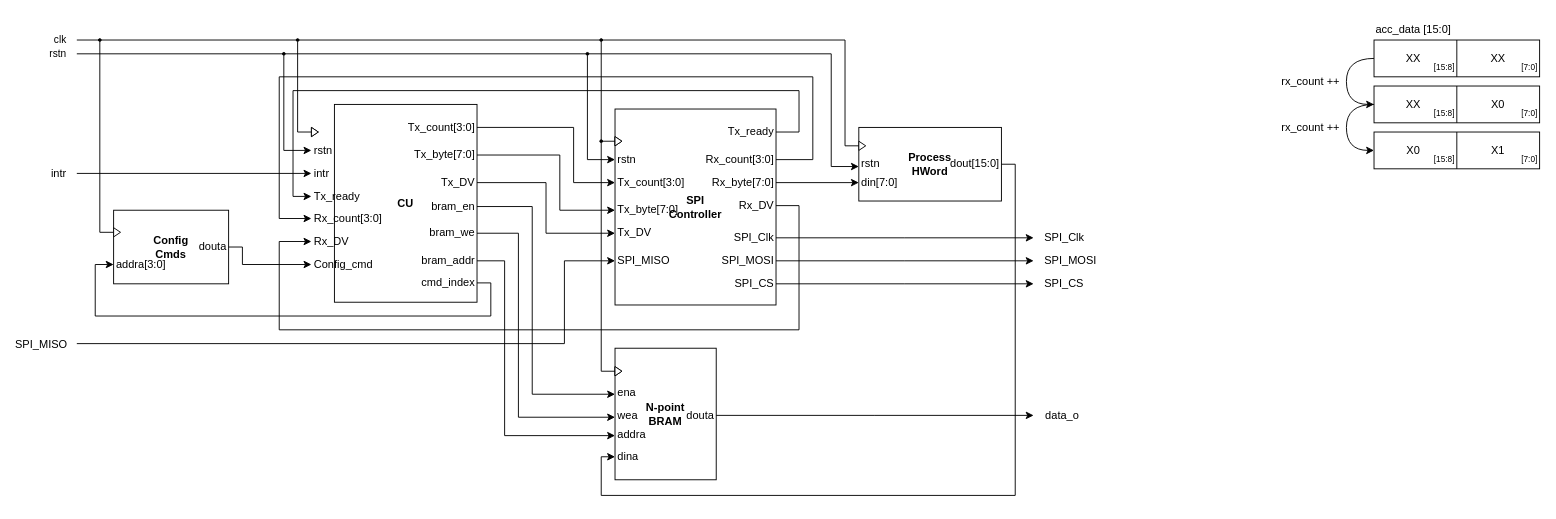
Before: page "data_path" (1 of 3) of 01_doc/03_drawings/01_design/spi_read_dp.drawio in Diogofernandes5/mthesis, a draw.io diagram. Source tidied: cells renumbered, new cells numbered last; positions are measured from the earlier drawing's top-left corner, leaving out a move shared by most shapes. Both pictures are drawn from the tidied source at 92%, with x=0, y=0 at pixel (76, 16).
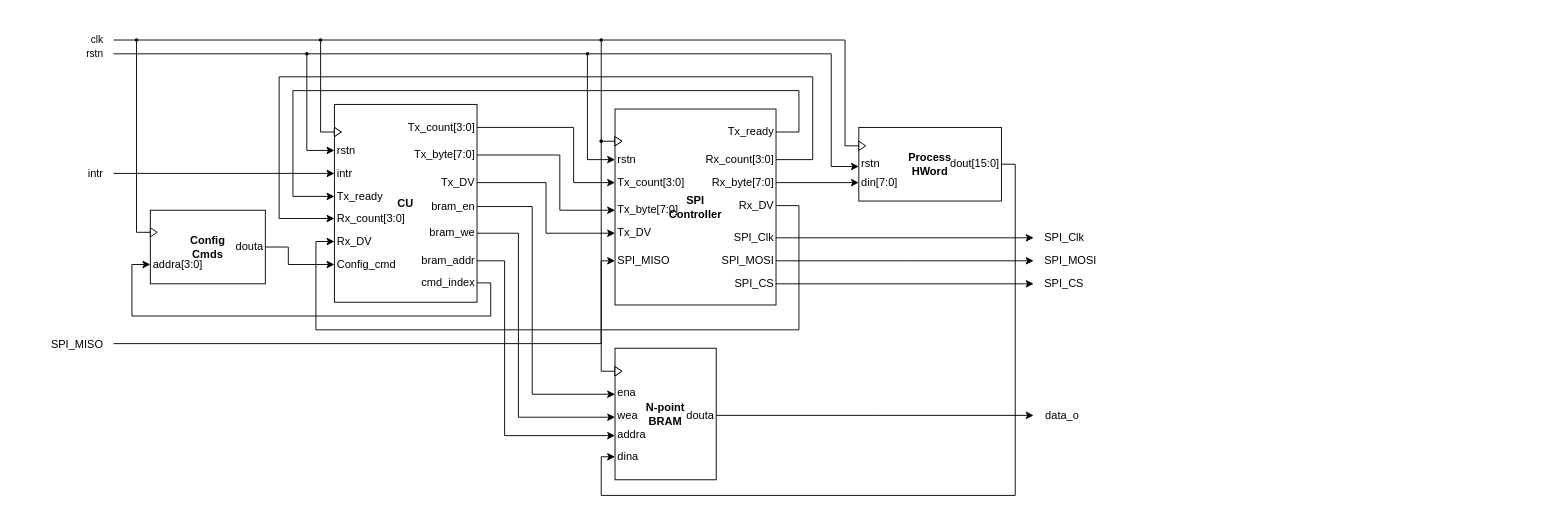
The same page after the edit.

Unchanged cells that the change refers to:
```xml
<mxCell id="21" value="SPI_MISO" style="text;html=1;align=left;verticalAlign=middle;points=[];strokeColor=none;fillColor=none;fontFamily=NewsGotT;fontSize=12;fontColor=default;spacing=0;spacingLeft=3;spacingRight=-10;spacingBottom=-2;spacingTop=-2;" parent="1" vertex="1">
  <mxGeometry x="585" y="256" width="50" height="20" as="geometry" />
</mxCell>
<mxCell id="24" value="Tx_ready" style="text;html=1;align=right;verticalAlign=middle;points=[];strokeColor=none;fillColor=none;fontFamily=NewsGotT;fontSize=12;fontColor=default;spacing=0;spacingRight=3;spacingLeft=-9;spacingBottom=-2;spacingTop=-2;" parent="1" vertex="1">
  <mxGeometry x="715" y="116" width="45" height="20" as="geometry" />
</mxCell>
<mxCell id="26" value="Rx_DV" style="text;html=1;align=right;verticalAlign=middle;points=[];strokeColor=none;fillColor=none;fontFamily=NewsGotT;fontSize=12;fontColor=default;spacing=0;spacingRight=3;spacingLeft=-9;spacingBottom=-2;spacingTop=-2;" parent="1" vertex="1">
  <mxGeometry x="725" y="196" width="35" height="20" as="geometry" />
</mxCell>
<mxCell id="28" value="Rx_count[3:0]" style="text;html=1;align=right;verticalAlign=middle;points=[];strokeColor=none;fillColor=none;fontFamily=NewsGotT;fontSize=12;fontColor=default;spacing=0;spacingRight=3;spacingLeft=-9;spacingBottom=-2;spacingTop=-2;" parent="1" vertex="1">
  <mxGeometry x="690" y="146" width="70" height="20" as="geometry" />
</mxCell>
<mxCell id="102" value="cmd_index" style="text;html=1;align=right;verticalAlign=middle;points=[];strokeColor=none;fillColor=none;fontFamily=NewsGotT;fontSize=12;fontColor=default;spacing=0;spacingRight=3;spacingLeft=-9;spacingBottom=-2;spacingTop=-2;" parent="1" vertex="1">
  <mxGeometry x="380" y="280" width="55" height="20" as="geometry" />
</mxCell>
```

Diff of the diagram source:
```diff
@@
     <mxCell id="4" value="clk" style="endArrow=none;html=1;rounded=0;align=right;fontFamily=NewsGotT;" parent="1" edge="1">
       <mxGeometry x="-1" y="-10" relative="1" as="geometry">
-        <mxPoint y="26" as="sourcePoint" />
-        <mxPoint x="835" y="26" as="targetPoint" />
+        <mxPoint x="39.9" y="26" as="sourcePoint" />
+        <mxPoint x="834.9" y="26" as="targetPoint" />
         <mxPoint x="-10" y="-10" as="offset" />
       </mxGeometry>
     </mxCell>
     <mxCell id="5" value="rstn" style="endArrow=none;html=1;rounded=0;align=right;labelBackgroundColor=none;fontFamily=NewsGotT;" parent="1" edge="1">
       <mxGeometry x="-1" y="-10" relative="1" as="geometry">
-        <mxPoint y="41" as="sourcePoint" />
-        <mxPoint x="820" y="41" as="targetPoint" />
+        <mxPoint x="39.9" y="41" as="sourcePoint" />
+        <mxPoint x="819.9" y="41" as="targetPoint" />
         <mxPoint x="-10" y="-10" as="offset" />
       </mxGeometry>
     </mxCell>
@@
     <mxCell id="19" style="edgeStyle=orthogonalEdgeStyle;rounded=0;jettySize=auto;html=1;" parent="1" edge="1" target="21">
       <mxGeometry relative="1" as="geometry">
-        <mxPoint y="356" as="sourcePoint" />
+        <mxPoint x="39.9" y="356" as="sourcePoint" />
         <Array as="points">
-          <mxPoint x="530" y="356" />
-          <mxPoint x="530" y="266" />
+          <mxPoint x="569.9" y="356" />
+          <mxPoint x="569.9" y="266" />
         </Array>
       </mxGeometry>
     </mxCell>
@@
     <mxCell id="23" style="edgeStyle=orthogonalEdgeStyle;rounded=0;jettySize=auto;html=1;" parent="1" edge="1" source="24" target="92">
       <mxGeometry relative="1" as="geometry">
         <Array as="points">
-          <mxPoint x="785" y="126" />
-          <mxPoint x="785" y="81" />
-          <mxPoint x="235" y="81" />
-          <mxPoint x="235" y="196" />
+          <mxPoint x="784.9" y="126" />
+          <mxPoint x="784.9" y="81" />
+          <mxPoint x="234.9" y="81" />
+          <mxPoint x="234.9" y="196" />
         </Array>
       </mxGeometry>
     </mxCell>
@@
     <mxCell id="25" style="edgeStyle=orthogonalEdgeStyle;rounded=0;jettySize=auto;html=1;" parent="1" edge="1" source="26" target="66">
       <mxGeometry relative="1" as="geometry">
         <Array as="points">
-          <mxPoint x="785" y="206" />
-          <mxPoint x="785" y="341" />
-          <mxPoint x="220" y="341" />
-          <mxPoint x="220" y="245" />
+          <mxPoint x="784.9" y="206" />
+          <mxPoint x="784.9" y="341" />
+          <mxPoint x="259.9" y="341" />
+          <mxPoint x="259.9" y="245" />
         </Array>
       </mxGeometry>
     </mxCell>
@@
     <mxCell id="27" style="edgeStyle=orthogonalEdgeStyle;rounded=0;jettySize=auto;html=1;" parent="1" edge="1" source="28" target="65">
       <mxGeometry relative="1" as="geometry">
         <Array as="points">
-          <mxPoint x="800" y="156" />
-          <mxPoint x="800" y="66" />
-          <mxPoint x="220" y="66" />
-          <mxPoint x="220" y="220" />
+          <mxPoint x="799.9" y="156" />
+          <mxPoint x="799.9" y="66" />
+          <mxPoint x="219.9" y="66" />
+          <mxPoint x="219.9" y="220" />
         </Array>
       </mxGeometry>
     </mxCell>
@@
-    <mxCell id="31" style="edgeStyle=orthogonalEdgeStyle;rounded=0;jettySize=auto;html=1;exitX=0;exitY=0.5;exitDx=0;exitDy=0;entryX=0;entryY=0.5;entryDx=0;entryDy=0;curved=1;fontFamily=NewsGotT;" parent="1" edge="1" source="32" target="37">
-      <mxGeometry relative="1" as="geometry">
-        <Array as="points">
-          <mxPoint x="1380" y="46" />
-          <mxPoint x="1380" y="96" />
-        </Array>
-      </mxGeometry>
-    </mxCell>
-    <mxCell id="32" style="rounded=0;whiteSpace=wrap;html=1;fontFamily=NewsGotT;verticalAlign=middle;fontStyle=1;" parent="1" vertex="1">
-      <mxGeometry x="1410" y="26" width="180" height="40" as="geometry" />
-    </mxCell>
-    <mxCell id="33" style="endArrow=none;html=1;rounded=0;exitX=0.5;exitY=1;exitDx=0;exitDy=0;entryX=0.5;entryY=0;entryDx=0;entryDy=0;fontFamily=NewsGotT;" parent="1" edge="1" source="32" target="32">
-      <mxGeometry relative="1" as="geometry" />
-    </mxCell>
-    <mxCell id="34" value="acc_data [15:0]" style="text;html=1;align=left;verticalAlign=middle;whiteSpace=wrap;rounded=0;fontFamily=NewsGotT;" parent="1" vertex="1">
-      <mxGeometry x="1410" width="85" height="30" as="geometry" />
-    </mxCell>
-    <mxCell id="35" value="XX" style="text;html=1;align=center;verticalAlign=middle;whiteSpace=wrap;rounded=0;fontFamily=NewsGotT;" parent="1" vertex="1">
-      <mxGeometry x="1422.5" y="31" width="60" height="30" as="geometry" />
-    </mxCell>
-    <mxCell id="36" value="XX" style="text;html=1;align=center;verticalAlign=middle;whiteSpace=wrap;rounded=0;fontFamily=NewsGotT;" parent="1" vertex="1">
-      <mxGeometry x="1515" y="31" width="60" height="30" as="geometry" />
-    </mxCell>
-    <mxCell id="37" style="rounded=0;whiteSpace=wrap;html=1;fontFamily=NewsGotT;verticalAlign=middle;fontStyle=1;" parent="1" vertex="1">
-      <mxGeometry x="1410" y="76" width="180" height="40" as="geometry" />
-    </mxCell>
-    <mxCell id="38" style="endArrow=none;html=1;rounded=0;exitX=0.5;exitY=1;exitDx=0;exitDy=0;entryX=0.5;entryY=0;entryDx=0;entryDy=0;fontFamily=NewsGotT;" parent="1" edge="1" source="37" target="37">
-      <mxGeometry relative="1" as="geometry" />
-    </mxCell>
-    <mxCell id="39" value="XX" style="text;html=1;align=center;verticalAlign=middle;whiteSpace=wrap;rounded=0;fontFamily=NewsGotT;" parent="1" vertex="1">
-      <mxGeometry x="1422.5" y="81" width="60" height="30" as="geometry" />
-    </mxCell>
-    <mxCell id="40" value="X0" style="text;html=1;align=center;verticalAlign=middle;whiteSpace=wrap;rounded=0;fontFamily=NewsGotT;" parent="1" vertex="1">
-      <mxGeometry x="1515" y="81" width="60" height="30" as="geometry" />
-    </mxCell>
-    <mxCell id="41" style="rounded=0;whiteSpace=wrap;html=1;fontFamily=NewsGotT;verticalAlign=middle;fontStyle=1;" parent="1" vertex="1">
-      <mxGeometry x="1410" y="126" width="180" height="40" as="geometry" />
-    </mxCell>
-    <mxCell id="42" style="endArrow=none;html=1;rounded=0;exitX=0.5;exitY=1;exitDx=0;exitDy=0;entryX=0.5;entryY=0;entryDx=0;entryDy=0;fontFamily=NewsGotT;" parent="1" edge="1" source="41" target="41">
-      <mxGeometry relative="1" as="geometry" />
-    </mxCell>
-    <mxCell id="43" value="X0" style="text;html=1;align=center;verticalAlign=middle;whiteSpace=wrap;rounded=0;fontFamily=NewsGotT;" parent="1" vertex="1">
-      <mxGeometry x="1422.5" y="131" width="60" height="30" as="geometry" />
-    </mxCell>
-    <mxCell id="44" value="X1" style="text;html=1;align=center;verticalAlign=middle;whiteSpace=wrap;rounded=0;fontFamily=NewsGotT;" parent="1" vertex="1">
-      <mxGeometry x="1515" y="131" width="60" height="30" as="geometry" />
-    </mxCell>
-    <mxCell id="45" style="edgeStyle=orthogonalEdgeStyle;rounded=0;orthogonalLoop=1;jettySize=auto;html=1;exitX=0;exitY=0.5;exitDx=0;exitDy=0;entryX=0;entryY=0.5;entryDx=0;entryDy=0;curved=1;fontFamily=NewsGotT;" parent="1" edge="1">
-      <mxGeometry relative="1" as="geometry">
-        <mxPoint x="1410" y="96" as="sourcePoint" />
-        <mxPoint x="1410" y="146" as="targetPoint" />
-        <Array as="points">
-          <mxPoint x="1380" y="96" />
-          <mxPoint x="1380" y="146" />
-        </Array>
-      </mxGeometry>
-    </mxCell>
-    <mxCell id="46" value="[7:0]" style="text;html=1;align=right;verticalAlign=middle;whiteSpace=wrap;rounded=0;fontFamily=NewsGotT;fontSize=9;" parent="1" vertex="1">
-      <mxGeometry x="1560" y="46" width="30" height="20" as="geometry" />
-    </mxCell>
-    <mxCell id="47" value="[15:8]" style="text;html=1;align=right;verticalAlign=middle;whiteSpace=wrap;rounded=0;fontFamily=NewsGotT;fontSize=9;" parent="1" vertex="1">
-      <mxGeometry x="1470" y="46" width="30" height="20" as="geometry" />
-    </mxCell>
-    <mxCell id="48" value="[15:8]" style="text;html=1;align=right;verticalAlign=middle;whiteSpace=wrap;rounded=0;fontFamily=NewsGotT;fontSize=9;" parent="1" vertex="1">
-      <mxGeometry x="1470" y="96" width="30" height="20" as="geometry" />
-    </mxCell>
-    <mxCell id="49" value="[7:0]" style="text;html=1;align=right;verticalAlign=middle;whiteSpace=wrap;rounded=0;fontFamily=NewsGotT;fontSize=9;" parent="1" vertex="1">
-      <mxGeometry x="1560" y="96" width="30" height="20" as="geometry" />
-    </mxCell>
-    <mxCell id="50" value="[15:8]" style="text;html=1;align=right;verticalAlign=middle;whiteSpace=wrap;rounded=0;fontFamily=NewsGotT;fontSize=9;" parent="1" vertex="1">
-      <mxGeometry x="1470" y="146" width="30" height="20" as="geometry" />
-    </mxCell>
-    <mxCell id="51" value="[7:0]" style="text;html=1;align=right;verticalAlign=middle;whiteSpace=wrap;rounded=0;fontFamily=NewsGotT;fontSize=9;" parent="1" vertex="1">
-      <mxGeometry x="1560" y="146" width="30" height="20" as="geometry" />
-    </mxCell>
-    <mxCell id="52" value="rx_count ++" style="text;html=1;align=right;verticalAlign=middle;whiteSpace=wrap;rounded=0;fontFamily=NewsGotT;" parent="1" vertex="1">
-      <mxGeometry x="1305" y="56" width="70" height="30" as="geometry" />
-    </mxCell>
-    <mxCell id="53" value="rx_count ++" style="text;html=1;align=right;verticalAlign=middle;whiteSpace=wrap;rounded=0;fontFamily=NewsGotT;" parent="1" vertex="1">
-      <mxGeometry x="1300" y="106" width="75" height="30" as="geometry" />
-    </mxCell>
@@
     <mxCell id="61" value="rstn" style="text;html=1;align=left;verticalAlign=middle;points=[];strokeColor=none;fillColor=none;spacing=0;fontFamily=NewsGotT;spacingLeft=3;spacingRight=-10;spacingBottom=-2;spacingTop=-2;" parent="1" vertex="1">
-      <mxGeometry x="255" y="136" width="25" height="20" as="geometry" />
+      <mxGeometry x="280" y="136" width="25" height="20" as="geometry" />
     </mxCell>
     <mxCell id="62" style="triangle;whiteSpace=wrap;html=1;fontFamily=NewsGotT;" parent="1" vertex="1">
-      <mxGeometry x="255" y="121" width="7.5" height="10" as="geometry" />
+      <mxGeometry x="280" y="121" width="7.5" height="10" as="geometry" />
     </mxCell>
     <mxCell id="63" value="intr" style="edgeStyle=orthogonalEdgeStyle;rounded=0;jettySize=auto;html=1;fontFamily=NewsGotT;fontSize=12;align=right;" parent="1" edge="1" target="64">
       <mxGeometry x="-1" y="-10" relative="1" as="geometry">
-        <mxPoint y="171" as="sourcePoint" />
+        <mxPoint x="39.9" y="171" as="sourcePoint" />
         <Array as="points">
-          <mxPoint y="171" />
+          <mxPoint x="39.9" y="171" />
         </Array>
         <mxPoint x="-10" y="-10" as="offset" />
       </mxGeometry>
     </mxCell>
     <mxCell id="64" value="intr" style="text;html=1;align=left;verticalAlign=middle;points=[];strokeColor=none;fillColor=none;spacing=0;fontFamily=NewsGotT;spacingLeft=3;spacingRight=-10;spacingBottom=-2;spacingTop=-2;" parent="1" vertex="1">
-      <mxGeometry x="255" y="161" width="20" height="20" as="geometry" />
+      <mxGeometry x="280" y="161" width="20" height="20" as="geometry" />
     </mxCell>
     <mxCell id="65" value="Rx_count[3:0]" style="text;html=1;align=left;verticalAlign=middle;points=[];strokeColor=none;fillColor=none;spacing=0;fontFamily=NewsGotT;spacingLeft=3;spacingRight=-10;spacingBottom=-2;spacingTop=-2;" parent="1" vertex="1">
-      <mxGeometry x="255" y="210" width="70" height="20" as="geometry" />
+      <mxGeometry x="280" y="210" width="70" height="20" as="geometry" />
     </mxCell>
     <mxCell id="66" value="Rx_DV" style="text;html=1;align=left;verticalAlign=middle;points=[];strokeColor=none;fillColor=none;fontFamily=NewsGotT;fontSize=12;fontColor=default;spacing=0;spacingLeft=3;spacingRight=-10;spacingBottom=-2;spacingTop=-2;" parent="1" vertex="1">
-      <mxGeometry x="255" y="235" width="35" height="20" as="geometry" />
+      <mxGeometry x="280" y="235" width="35" height="20" as="geometry" />
     </mxCell>
     <mxCell id="67" style="triangle;whiteSpace=wrap;html=1;fontFamily=NewsGotT;points=[[0,0.5,0,0,0]];" parent="1" vertex="1">
-      <mxGeometry x="255" y="121" width="7.5" height="10" as="geometry" />
+      <mxGeometry x="280" y="121" width="7.5" height="10" as="geometry" />
     </mxCell>
@@
     <mxCell id="80" value="&lt;div&gt;Config&lt;/div&gt;&lt;div&gt;Cmds&lt;/div&gt;" style="rounded=0;whiteSpace=wrap;html=1;fontFamily=NewsGotT;verticalAlign=middle;fontStyle=1;" parent="1" vertex="1">
-      <mxGeometry x="40" y="211" width="125" height="80" as="geometry" />
+      <mxGeometry x="79.9" y="211" width="125" height="80" as="geometry" />
     </mxCell>
     <mxCell id="81" value="addra[3:0]" style="text;html=1;align=left;verticalAlign=middle;points=[];strokeColor=none;fillColor=none;fontFamily=NewsGotT;fontSize=12;fontColor=default;spacing=0;spacingLeft=3;spacingRight=-10;spacingBottom=-2;spacingTop=-2;" parent="1" vertex="1">
-      <mxGeometry x="40" y="260" width="50" height="20" as="geometry" />
+      <mxGeometry x="79.9" y="260" width="50" height="20" as="geometry" />
     </mxCell>
     <mxCell id="82" style="triangle;whiteSpace=wrap;html=1;fontFamily=NewsGotT;points=[[0,0.5,0,0,0]];" parent="1" vertex="1">
-      <mxGeometry x="40" y="230" width="7.5" height="10" as="geometry" />
+      <mxGeometry x="79.9" y="230" width="7.5" height="10" as="geometry" />
     </mxCell>
     <mxCell id="83" style="edgeStyle=orthogonalEdgeStyle;rounded=0;jettySize=auto;html=1;" parent="1" edge="1" source="84" target="85">
       <mxGeometry relative="1" as="geometry">
         <Array as="points">
-          <mxPoint x="180" y="251" />
-          <mxPoint x="180" y="270" />
+          <mxPoint x="229.9" y="251" />
+          <mxPoint x="229.9" y="270" />
         </Array>
       </mxGeometry>
     </mxCell>
     <mxCell id="84" value="douta" style="text;html=1;align=right;verticalAlign=middle;points=[];strokeColor=none;fillColor=none;fontFamily=NewsGotT;fontSize=12;fontColor=default;spacing=0;spacingRight=3;spacingLeft=-9;spacingBottom=-2;spacingTop=-2;" parent="1" vertex="1">
-      <mxGeometry x="135" y="241" width="30" height="20" as="geometry" />
+      <mxGeometry x="174.9" y="241" width="30" height="20" as="geometry" />
     </mxCell>
     <mxCell id="85" value="Config_cmd" style="text;html=1;align=left;verticalAlign=middle;points=[];strokeColor=none;fillColor=none;fontFamily=NewsGotT;fontSize=12;fontColor=default;spacing=0;spacingLeft=3;spacingRight=-10;spacingBottom=-2;spacingTop=-2;" parent="1" vertex="1">
-      <mxGeometry x="255" y="260" width="60" height="20" as="geometry" />
+      <mxGeometry x="280" y="260" width="60" height="20" as="geometry" />
     </mxCell>
     <mxCell id="86" style="endArrow=none;html=1;rounded=0;entryX=0;entryY=0.5;entryDx=0;entryDy=0;entryPerimeter=0;edgeStyle=orthogonalEdgeStyle;startArrow=oval;startFill=1;startSize=3;" parent="1" edge="1" target="82">
       <mxGeometry relative="1" as="geometry">
-        <mxPoint x="25" y="26" as="sourcePoint" />
+        <mxPoint x="64.9" y="26" as="sourcePoint" />
         <Array as="points">
-          <mxPoint x="25" y="235" />
+          <mxPoint x="64.9" y="235" />
         </Array>
       </mxGeometry>
     </mxCell>
     <mxCell id="87" style="endArrow=none;html=1;rounded=0;entryX=0;entryY=0.5;entryDx=0;entryDy=0;entryPerimeter=0;edgeStyle=orthogonalEdgeStyle;startArrow=oval;startFill=1;startSize=3;" parent="1" edge="1" target="67">
       <mxGeometry relative="1" as="geometry">
-        <mxPoint x="240" y="26" as="sourcePoint" />
+        <mxPoint x="265" y="26" as="sourcePoint" />
         <Array as="points">
-          <mxPoint x="240" y="126" />
+          <mxPoint x="265" y="126" />
         </Array>
       </mxGeometry>
     </mxCell>
     <mxCell id="88" style="edgeStyle=orthogonalEdgeStyle;rounded=0;jettySize=auto;html=1;startArrow=oval;startFill=1;startSize=3;" parent="1" edge="1" target="61">
       <mxGeometry relative="1" as="geometry">
-        <mxPoint x="225" y="41" as="sourcePoint" />
+        <mxPoint x="250" y="41" as="sourcePoint" />
         <Array as="points">
-          <mxPoint x="225" y="146" />
+          <mxPoint x="250" y="146" />
         </Array>
       </mxGeometry>
     </mxCell>
@@
     <mxCell id="92" value="Tx_ready" style="text;html=1;align=left;verticalAlign=middle;points=[];strokeColor=none;fillColor=none;spacing=0;fontFamily=NewsGotT;spacingLeft=3;spacingRight=-10;spacingBottom=-2;spacingTop=-2;" parent="1" vertex="1">
-      <mxGeometry x="255" y="186" width="45" height="20" as="geometry" />
+      <mxGeometry x="280" y="186" width="45" height="20" as="geometry" />
     </mxCell>
@@
     <mxCell id="100" style="edgeStyle=orthogonalEdgeStyle;rounded=0;orthogonalLoop=1;jettySize=auto;html=1;startArrow=none;startFill=0;startSize=3;" parent="1" edge="1">
       <mxGeometry relative="1" as="geometry">
         <mxPoint x="820" y="41" as="sourcePoint" />
         <mxPoint x="850" y="163.5" as="targetPoint" />
         <Array as="points">
-          <mxPoint x="820.1" y="163.5" />
+          <mxPoint x="820" y="163.5" />
         </Array>
       </mxGeometry>
     </mxCell>
     <mxCell id="101" style="edgeStyle=orthogonalEdgeStyle;rounded=0;jettySize=auto;html=1;" parent="1" edge="1" source="102" target="81">
       <mxGeometry relative="1" as="geometry">
         <Array as="points">
-          <mxPoint x="450" y="290" />
-          <mxPoint x="450" y="326" />
-          <mxPoint x="20" y="326" />
-          <mxPoint x="20" y="270" />
+          <mxPoint x="449.9" y="290" />
+          <mxPoint x="449.9" y="326" />
+          <mxPoint x="59.9" y="326" />
+          <mxPoint x="59.9" y="270" />
         </Array>
       </mxGeometry>
     </mxCell>
```
